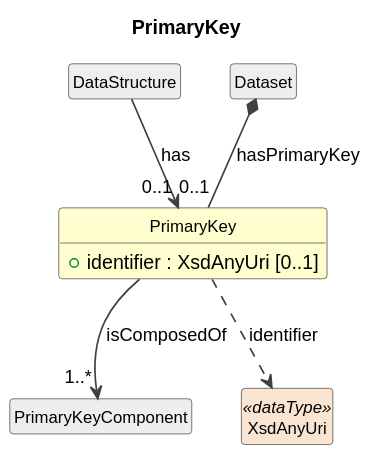
Before: cdif-uml-model/_plantuml/cdifDataStructure/Classes/PrimaryKey.svg, a diagram exported from PlantUML (Cross-Domain-Interoperability-Framework/metadataBuildingBlocks). Source of this version:
```plantuml
@startuml
title PrimaryKey
hide circle
hide empty members
skinparam shadowing false
skinparam ArrowThickness 1.2
skinparam class {
  ArrowColor #404040
  BorderColor #404040
  FontSize 12
}

class "PrimaryKey" as PrimaryKey #FEFECE {
  +identifier : XsdAnyUri [0..1]
}
class "DataStructure" as DataStructure #EEEEEE
DataStructure --> "0..1" PrimaryKey : has
class "PrimaryKeyComponent" as PrimaryKeyComponent #EEEEEE
PrimaryKey --> "1..*" PrimaryKeyComponent : isComposedOf
class "Dataset" as Dataset #EEEEEE
Dataset *-- "0..1" PrimaryKey : hasPrimaryKey
class "XsdAnyUri" as XsdAnyUri <<dataType>> #FAE5D3
PrimaryKey ..> XsdAnyUri : identifier
@enduml
```
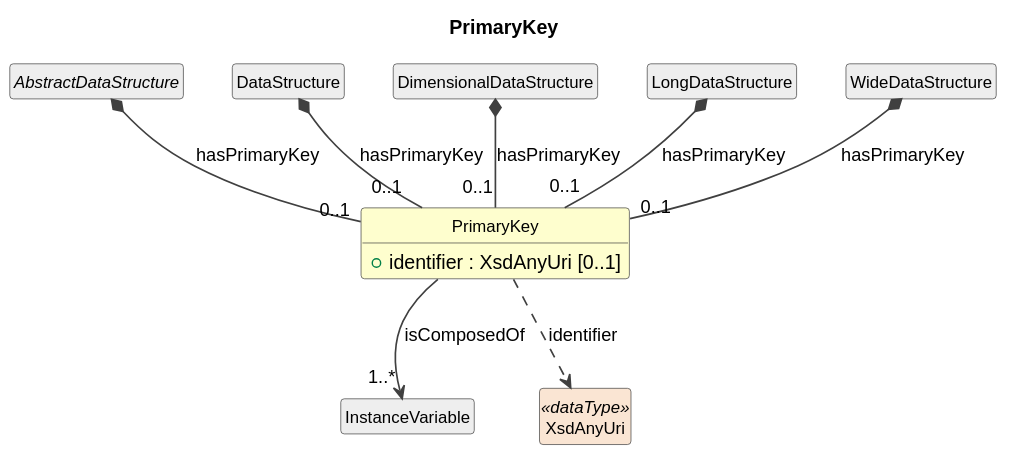
The same diagram one commit later.

The edit, as a diff of the source:
```diff
@@ -13,12 +13,18 @@
 class "PrimaryKey" as PrimaryKey #FEFECE {
   +identifier : XsdAnyUri [0..1]
 }
+abstract class "AbstractDataStructure" as AbstractDataStructure #EEEEEE
+AbstractDataStructure *-- "0..1" PrimaryKey : hasPrimaryKey
 class "DataStructure" as DataStructure #EEEEEE
-DataStructure --> "0..1" PrimaryKey : has
-class "PrimaryKeyComponent" as PrimaryKeyComponent #EEEEEE
-PrimaryKey --> "1..*" PrimaryKeyComponent : isComposedOf
-class "Dataset" as Dataset #EEEEEE
-Dataset *-- "0..1" PrimaryKey : hasPrimaryKey
+DataStructure *-- "0..1" PrimaryKey : hasPrimaryKey
+class "DimensionalDataStructure" as DimensionalDataStructure #EEEEEE
+DimensionalDataStructure *-- "0..1" PrimaryKey : hasPrimaryKey
+class "LongDataStructure" as LongDataStructure #EEEEEE
+LongDataStructure *-- "0..1" PrimaryKey : hasPrimaryKey
+class "WideDataStructure" as WideDataStructure #EEEEEE
+WideDataStructure *-- "0..1" PrimaryKey : hasPrimaryKey
+class "InstanceVariable" as InstanceVariable #EEEEEE
+PrimaryKey --> "1..*" InstanceVariable : isComposedOf
 class "XsdAnyUri" as XsdAnyUri <<dataType>> #FAE5D3
 PrimaryKey ..> XsdAnyUri : identifier
 @enduml
```
